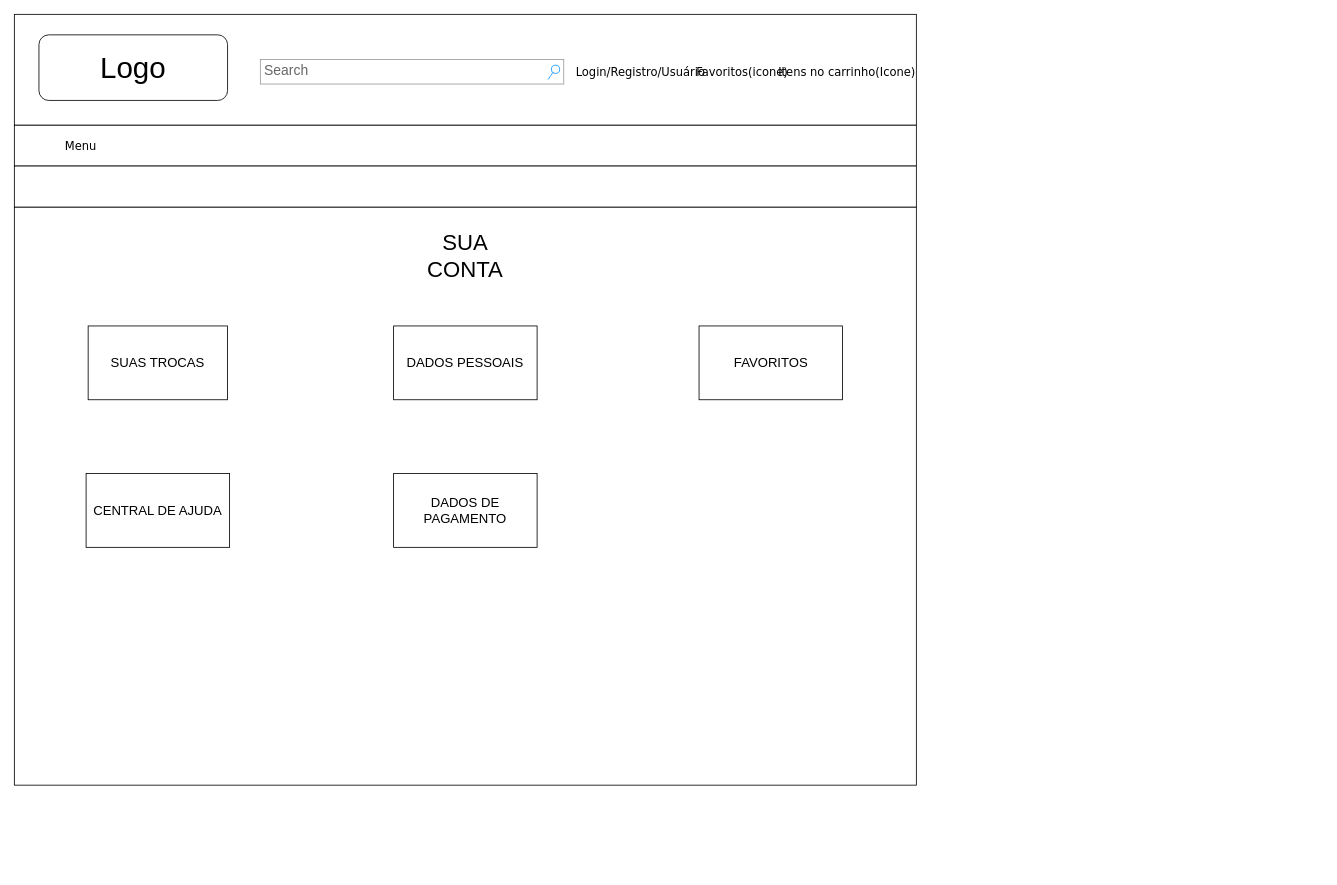
Earlier version of the draw.io diagram page "2.1 Perfil do cliente" (6 of 16) of wireframe.drawio (pdaambrosio/dh_group_5). Source tidied: cells renumbered, new cells numbered last; positions are measured from the earlier drawing's top-left corner, leaving out a move shared by most shapes. Both pictures are drawn from the tidied source at 82%, with x=0, y=0 at pixel (14, 14). Pictures stored in the file or linked from it are replaced by grey dashed boxes.
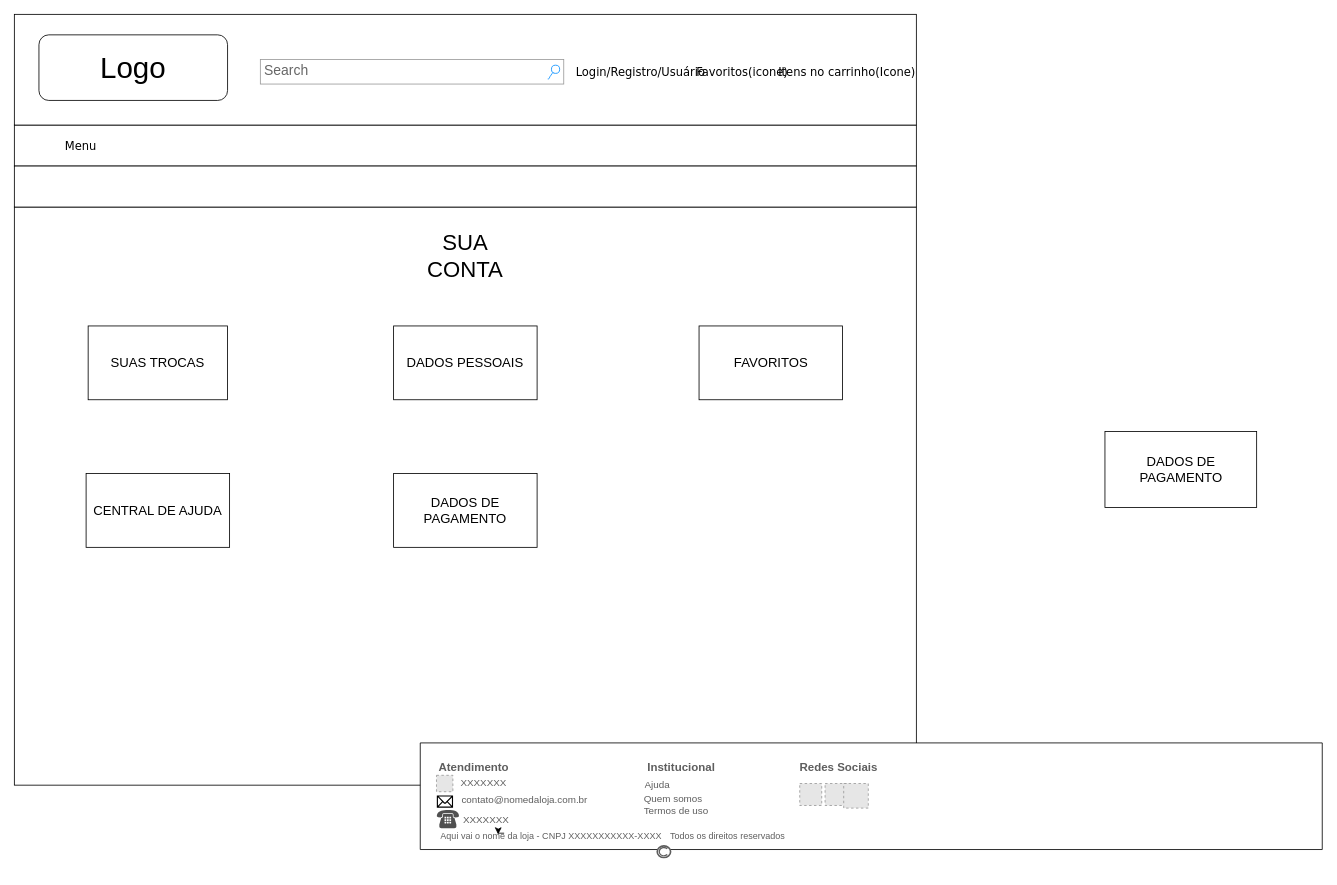
The same page after the edit.

Change to the diagram source:
```diff
@@
+    <mxCell id="23" style="rounded=0;whiteSpace=wrap;html=1;" parent="1" vertex="1">
+      <mxGeometry x="1330" y="508.8" width="185" height="92.5" as="geometry" />
+    </mxCell>
@@
+    <mxCell id="24" value="&lt;span style=&quot;font-size: 16px&quot;&gt;DADOS DE &lt;br&gt;PAGAMENTO&lt;/span&gt;" style="text;html=1;strokeColor=none;fillColor=none;align=center;verticalAlign=middle;whiteSpace=wrap;rounded=0;" parent="1" vertex="1">
+      <mxGeometry x="1322.5" y="515" width="200" height="80" as="geometry" />
+    </mxCell>
+    <mxCell id="25" style="verticalLabelPosition=bottom;verticalAlign=top;html=1;shape=mxgraph.basic.rect;fillColor2=none;strokeWidth=1;size=20;indent=5;" parent="1" vertex="1">
+      <mxGeometry x="495" y="888.5" width="1100" height="130" as="geometry" />
+    </mxCell>
+    <mxCell id="26" value="&lt;h1&gt;&lt;font style=&quot;font-weight: normal ; font-size: 12px&quot; color=&quot;#5e5e5e&quot;&gt;Ajuda&lt;/font&gt;&lt;/h1&gt;" style="text;html=1;strokeColor=none;fillColor=none;spacing=5;spacingTop=-20;whiteSpace=wrap;overflow=hidden;rounded=0;" parent="1" vertex="1">
+      <mxGeometry x="763.8" y="915.5" width="58.8" height="45" as="geometry" />
+    </mxCell>
+    <mxCell id="27" value="&lt;h1&gt;&lt;font style=&quot;font-size: 12px ; font-weight: normal&quot; color=&quot;#5e5e5e&quot;&gt;Termos de uso&lt;/font&gt;&lt;/h1&gt;" style="text;html=1;strokeColor=none;fillColor=none;spacing=5;spacingTop=-20;whiteSpace=wrap;overflow=hidden;rounded=0;" parent="1" vertex="1">
+      <mxGeometry x="762.5" y="948" width="100" height="45" as="geometry" />
+    </mxCell>
+    <mxCell id="28" style="verticalLabelPosition=bottom;shadow=0;dashed=0;verticalAlign=top;strokeWidth=2;html=1;shape=mxgraph.mockup.misc.copyrightIcon;strokeColor=#5E5E5E;fontSize=10;" parent="1" vertex="1">
+      <mxGeometry x="784" y="1014" width="16.3" height="14.2" as="geometry" />
+    </mxCell>
+    <mxCell id="29" value="&lt;h1 style=&quot;font-size: 11px;&quot;&gt;&lt;font style=&quot;font-size: 11px; font-weight: normal;&quot; color=&quot;#5e5e5e&quot;&gt;Todos os direitos reservados&amp;nbsp;&lt;/font&gt;&lt;/h1&gt;" style="text;html=1;strokeColor=none;fillColor=none;spacing=5;spacingTop=-20;whiteSpace=wrap;overflow=hidden;rounded=0;strokeWidth=2;fontSize=11;" parent="1" vertex="1">
+      <mxGeometry x="795" y="998.7" width="199.6" height="45" as="geometry" />
+    </mxCell>
+    <mxCell id="30" style="edgeStyle=orthogonalEdgeStyle;rounded=0;jettySize=auto;html=1;exitX=0.25;exitY=0;exitDx=0;exitDy=0;entryX=0.714;entryY=1.375;entryDx=0;entryDy=0;entryPerimeter=0;" parent="1" edge="1" source="31" target="45">
+      <mxGeometry relative="1" as="geometry" />
+    </mxCell>
+    <mxCell id="31" value="&lt;h1 style=&quot;font-size: 11px;&quot;&gt;&lt;span style=&quot;font-size: 11px; font-weight: 400;&quot;&gt;&lt;font color=&quot;#5e5e5e&quot; style=&quot;font-size: 11px;&quot;&gt;Aqui vai o nome da loja - CNPJ XXXXXXXXXXX-XXXX&lt;/font&gt;&lt;/span&gt;&lt;/h1&gt;" style="text;html=1;strokeColor=none;fillColor=none;spacing=5;spacingTop=-20;whiteSpace=wrap;overflow=hidden;rounded=0;strokeWidth=2;fontSize=11;" parent="1" vertex="1">
+      <mxGeometry x="514.8" y="998.6" width="330" height="45.1" as="geometry" />
+    </mxCell>
+    <mxCell id="32" value="&lt;font color=&quot;#5e5e5e&quot; style=&quot;font-size: 14px&quot;&gt;&lt;b&gt;Redes Sociais&lt;/b&gt;&lt;/font&gt;" style="text;html=1;align=center;verticalAlign=middle;" parent="1" vertex="1">
+      <mxGeometry x="950" y="908" width="110" height="20" as="geometry" />
+    </mxCell>
+    <mxCell id="33" style="group;" parent="1" vertex="1">
+      <mxGeometry x="957.8" y="938" width="88.6" height="30" as="geometry" />
+    </mxCell>
+    <mxCell id="34" style="fillColor=#E6E6E6;strokeColor=#999999;dashed=1;html=1;verticalAlign=top;verticalLabelPosition=bottom;labelBackgroundColor=#ffffff;" parent="33" vertex="1">
+      <mxGeometry width="26.8" height="26.8" as="geometry" />
+    </mxCell>
+    <mxCell id="35" style="fillColor=#E6E6E6;strokeColor=#999999;dashed=1;html=1;verticalAlign=top;verticalLabelPosition=bottom;labelBackgroundColor=#ffffff;" parent="33" vertex="1">
+      <mxGeometry x="30.9" width="26.8" height="26.8" as="geometry" />
+    </mxCell>
+    <mxCell id="36" style="fillColor=#E6E6E6;strokeColor=#999999;dashed=1;html=1;verticalAlign=top;verticalLabelPosition=bottom;labelBackgroundColor=#ffffff;" parent="33" vertex="1">
+      <mxGeometry x="53.6" width="30" height="30" as="geometry" />
+    </mxCell>
+    <mxCell id="37" value="&lt;font color=&quot;#5e5e5e&quot; size=&quot;1&quot;&gt;&lt;b style=&quot;font-size: 14px&quot;&gt;Atendimento&lt;/b&gt;&lt;/font&gt;" style="text;html=1;align=center;verticalAlign=middle;" parent="1" vertex="1">
+      <mxGeometry x="510" y="908" width="100" height="20" as="geometry" />
+    </mxCell>
+    <mxCell id="38" style="fillColor=#E6E6E6;strokeColor=#999999;dashed=1;html=1;verticalAlign=top;verticalLabelPosition=bottom;labelBackgroundColor=#ffffff;" parent="1" vertex="1">
+      <mxGeometry x="514.8" y="928" width="20" height="20" as="geometry" />
+    </mxCell>
+    <mxCell id="39" value="&lt;font color=&quot;#5e5e5e&quot;&gt;XXXXXXX&lt;/font&gt;" style="text;html=1;align=center;verticalAlign=middle;" parent="1" vertex="1">
+      <mxGeometry x="537" y="928" width="70" height="20" as="geometry" />
+    </mxCell>
+    <mxCell id="40" style="shape=mxgraph.signs.tech.mail;html=1;fillColor=#000000;strokeColor=none;verticalLabelPosition=bottom;verticalAlign=top;align=center;" parent="1" vertex="1">
+      <mxGeometry x="515.2" y="952.5" width="19.8" height="15" as="geometry" />
+    </mxCell>
+    <mxCell id="41" value="&lt;font color=&quot;#5e5e5e&quot;&gt;contato@nomedaloja.com.br&lt;br&gt;&lt;/font&gt;" style="text;html=1;align=center;verticalAlign=middle;" parent="1" vertex="1">
+      <mxGeometry x="537" y="948" width="170" height="20" as="geometry" />
+    </mxCell>
+    <mxCell id="42" value="&lt;font color=&quot;#5e5e5e&quot; size=&quot;1&quot;&gt;&lt;b style=&quot;font-size: 14px&quot;&gt;Institucional&lt;br&gt;&lt;/b&gt;&lt;/font&gt;" style="text;html=1;align=center;verticalAlign=middle;" parent="1" vertex="1">
+      <mxGeometry x="762.5" y="908" width="100" height="20" as="geometry" />
+    </mxCell>
+    <mxCell id="43" value="&lt;h1&gt;&lt;font style=&quot;font-size: 12px ; font-weight: normal&quot; color=&quot;#5e5e5e&quot;&gt;Quem somos&lt;/font&gt;&lt;/h1&gt;&lt;div&gt;&lt;font style=&quot;font-size: 12px ; font-weight: normal&quot; color=&quot;#5e5e5e&quot;&gt;&lt;br&gt;&lt;/font&gt;&lt;/div&gt;" style="text;html=1;strokeColor=none;fillColor=none;spacing=5;spacingTop=-20;whiteSpace=wrap;overflow=hidden;rounded=0;" parent="1" vertex="1">
+      <mxGeometry x="762.5" y="932.5" width="100" height="42" as="geometry" />
+    </mxCell>
+    <mxCell id="44" style="shadow=0;dashed=0;html=1;strokeColor=none;fillColor=#505050;labelPosition=center;verticalLabelPosition=bottom;verticalAlign=top;align=center;shape=mxgraph.office.devices.phone_traditional;fontSize=11;" parent="1" vertex="1">
+      <mxGeometry x="515.2" y="970" width="27" height="22.5" as="geometry" />
+    </mxCell>
+    <mxCell id="45" value="&lt;font color=&quot;#5e5e5e&quot;&gt;XXXXXXX&lt;/font&gt;" style="text;html=1;align=center;verticalAlign=middle;points=[];" parent="1" vertex="1">
+      <mxGeometry x="540" y="972.5" width="70" height="20" as="geometry" />
+    </mxCell>
```
